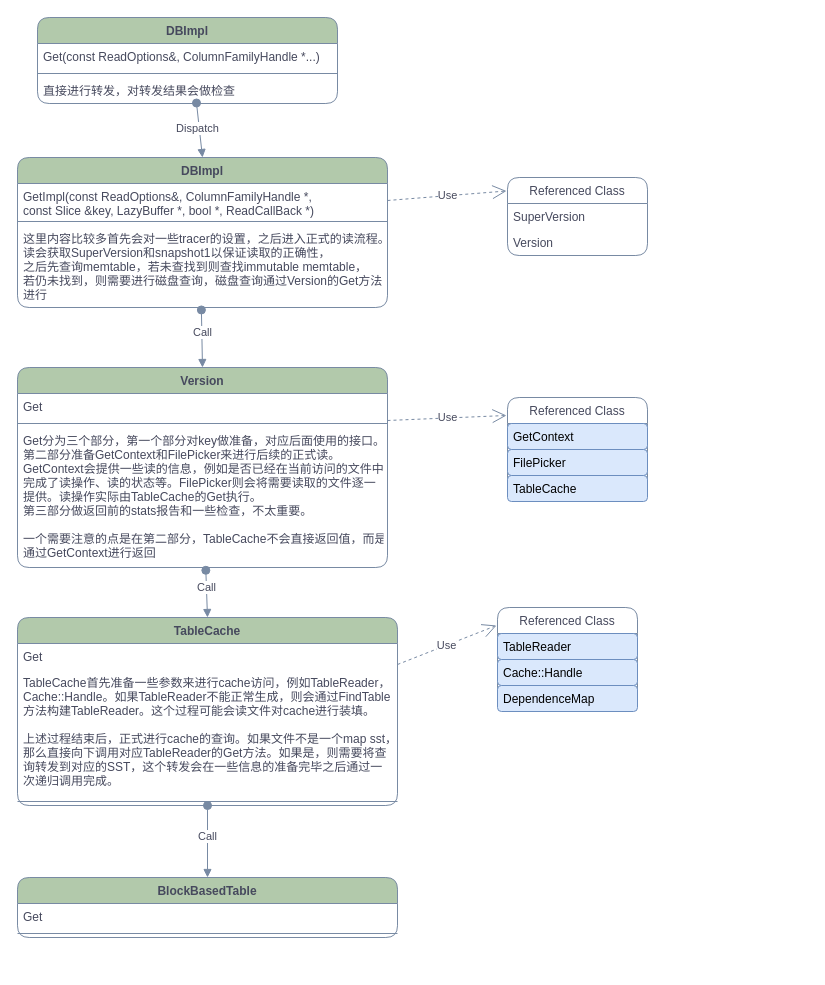
The draw.io diagram terarkDB.drawio in Dicridon/drawio, before the edit. Source tidied: cells renumbered, new cells numbered last; positions are measured from the earlier drawing's top-left corner, leaving out a move shared by most shapes. Both pictures are drawn from the tidied source at 100%, with x=0, y=0 at pixel (17, 17).
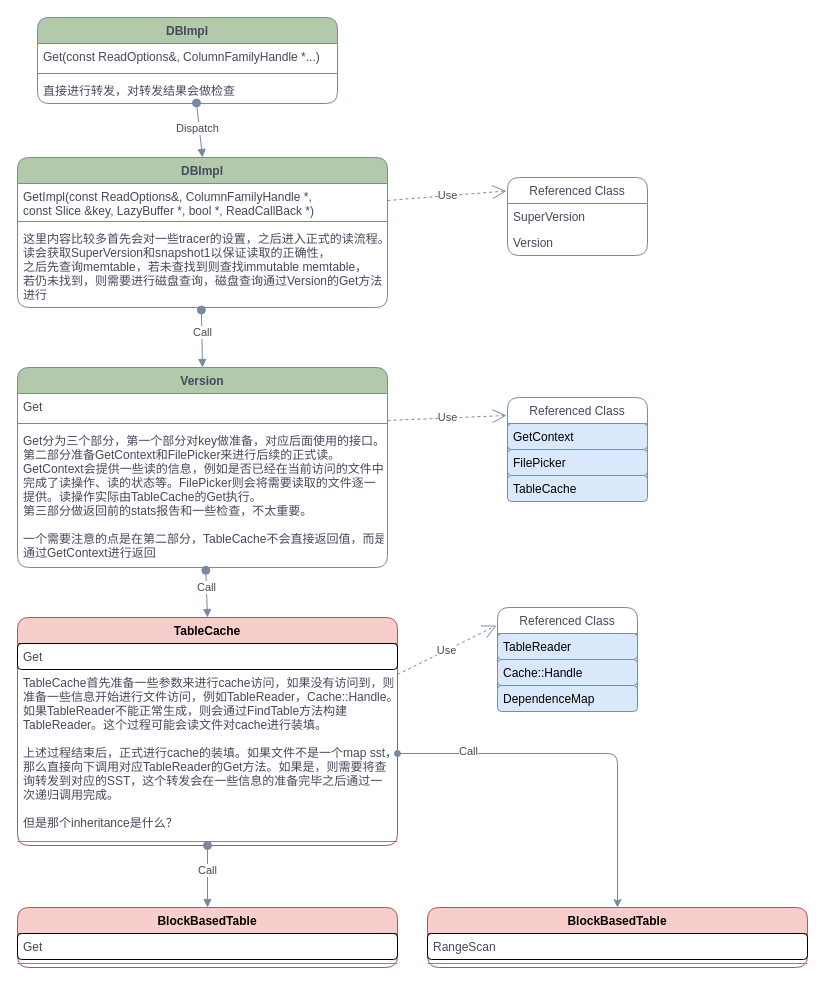
After the change.

What changed in the source:
```diff
@@
-    <mxCell id="25" value="TableCache" style="swimlane;fontStyle=1;align=center;verticalAlign=top;horizontal=1;startSize=26;fillColor=#B2C9AB;strokeColor=#788AA3;fontColor=#46495D;rounded=1;" parent="1" vertex="1">
-      <mxGeometry y="600" width="380" height="188" as="geometry" />
+    <mxCell id="25" value="TableCache" style="swimlane;fontStyle=1;align=center;verticalAlign=top;horizontal=1;startSize=26;fillColor=#f8cecc;strokeColor=#b85450;rounded=1;" parent="1" vertex="1">
+      <mxGeometry y="600" width="380" height="228" as="geometry" />
     </mxCell>
-    <mxCell id="26" value="Get" style="text;strokeColor=none;fillColor=none;align=left;verticalAlign=top;spacingLeft=4;spacingRight=4;overflow=hidden;fontColor=#46495D;rounded=1;" parent="25" vertex="1">
+    <mxCell id="26" value="Get" style="text;strokeColor=default;fillColor=none;align=left;verticalAlign=top;spacingLeft=4;spacingRight=4;overflow=hidden;fontColor=#46495D;rounded=1;" parent="25" vertex="1">
       <mxGeometry y="26" width="380" height="26" as="geometry" />
     </mxCell>
-    <mxCell id="27" value="TableCache首先准备一些参数来进行cache访问，例如TableReader，&#10;Cache::Handle。如果TableReader不能正常生成，则会通过FindTable&#10;方法构建TableReader。这个过程可能会读文件对cache进行装填。&#10;&#10;上述过程结束后，正式进行cache的查询。如果文件不是一个map sst，&#10;那么直接向下调用对应TableReader的Get方法。如果是，则需要将查&#10;询转发到对应的SST，这个转发会在一些信息的准备完毕之后通过一&#10;次递归调用完成。" style="text;strokeColor=none;fillColor=none;align=left;verticalAlign=top;spacingLeft=4;spacingRight=4;overflow=hidden;points=[[0,0.5],[1,0.5]];portConstraint=eastwest;fontColor=#46495D;rounded=1;" parent="25" vertex="1">
-      <mxGeometry y="52" width="380" height="128" as="geometry" />
+    <mxCell id="27" value="TableCache首先准备一些参数来进行cache访问，如果没有访问到，则&#10;准备一些信息开始进行文件访问，例如TableReader，Cache::Handle。&#10;如果TableReader不能正常生成，则会通过FindTable方法构建&#10;TableReader。这个过程可能会读文件对cache进行装填。&#10;&#10;上述过程结束后，正式进行cache的装填。如果文件不是一个map sst，&#10;那么直接向下调用对应TableReader的Get方法。如果是，则需要将查&#10;询转发到对应的SST，这个转发会在一些信息的准备完毕之后通过一&#10;次递归调用完成。&#10;&#10;但是那个inheritance是什么？" style="text;strokeColor=none;fillColor=none;align=left;verticalAlign=top;spacingLeft=4;spacingRight=4;overflow=hidden;points=[[0,0.5],[1,0.5]];portConstraint=eastwest;fontColor=#46495D;rounded=1;" parent="25" vertex="1">
+      <mxGeometry y="52" width="380" height="168" as="geometry" />
     </mxCell>
     <mxCell id="28" style="line;strokeWidth=1;fillColor=none;align=left;verticalAlign=middle;spacingTop=-1;spacingLeft=3;spacingRight=3;labelPosition=right;strokeColor=#788AA3;fontColor=#46495D;rounded=1;" parent="25" vertex="1">
-      <mxGeometry y="180" width="380" height="8" as="geometry" />
+      <mxGeometry y="220" width="380" height="8" as="geometry" />
     </mxCell>
@@
-    <mxCell id="35" value="BlockBasedTable" style="swimlane;fontStyle=1;align=center;verticalAlign=top;horizontal=1;startSize=26;fillColor=#B2C9AB;strokeColor=#788AA3;fontColor=#46495D;rounded=1;" parent="1" vertex="1">
-      <mxGeometry y="860" width="380" height="60" as="geometry" />
+    <mxCell id="35" value="BlockBasedTable" style="swimlane;fontStyle=1;align=center;verticalAlign=top;horizontal=1;startSize=26;fillColor=#f8cecc;strokeColor=#b85450;rounded=1;" parent="1" vertex="1">
+      <mxGeometry y="890" width="380" height="60" as="geometry" />
     </mxCell>
-    <mxCell id="36" value="Get" style="text;strokeColor=none;fillColor=none;align=left;verticalAlign=top;spacingLeft=4;spacingRight=4;overflow=hidden;fontColor=#46495D;rounded=1;" parent="35" vertex="1">
+    <mxCell id="36" value="Get" style="text;strokeColor=default;fillColor=none;align=left;verticalAlign=top;spacingLeft=4;spacingRight=4;overflow=hidden;fontColor=#46495D;rounded=1;" parent="35" vertex="1">
       <mxGeometry y="26" width="380" height="26" as="geometry" />
     </mxCell>
@@
+    <mxCell id="39" value="BlockBasedTable" style="swimlane;fontStyle=1;align=center;verticalAlign=top;horizontal=1;startSize=26;fillColor=#f8cecc;strokeColor=#b85450;rounded=1;" parent="1" vertex="1">
+      <mxGeometry x="410" y="890" width="380" height="60" as="geometry" />
+    </mxCell>
+    <mxCell id="40" value="RangeScan" style="text;strokeColor=default;fillColor=none;align=left;verticalAlign=top;spacingLeft=4;spacingRight=4;overflow=hidden;fontColor=#46495D;rounded=1;" parent="39" vertex="1">
+      <mxGeometry y="26" width="380" height="26" as="geometry" />
+    </mxCell>
+    <mxCell id="41" style="line;strokeWidth=1;fillColor=none;align=left;verticalAlign=middle;spacingTop=-1;spacingLeft=3;spacingRight=3;labelPosition=right;strokeColor=#788AA3;fontColor=#46495D;rounded=1;" parent="39" vertex="1">
+      <mxGeometry y="52" width="380" height="8" as="geometry" />
+    </mxCell>
+    <mxCell id="42" style="edgeStyle=orthogonalEdgeStyle;rounded=1;jettySize=auto;html=1;entryX=0.5;entryY=0;entryDx=0;entryDy=0;fontColor=#46495D;strokeColor=#788AA3;fillColor=#B2C9AB;startArrow=oval;startFill=1;" parent="1" edge="1" source="27" target="39">
+      <mxGeometry relative="1" as="geometry" />
+    </mxCell>
+    <mxCell id="43" value="&lt;span style=&quot;color: rgb(70, 73, 93); font-family: Helvetica; font-size: 11px; font-style: normal; font-variant-ligatures: normal; font-variant-caps: normal; font-weight: 400; letter-spacing: normal; orphans: 2; text-align: center; text-indent: 0px; text-transform: none; widows: 2; word-spacing: 0px; -webkit-text-stroke-width: 0px; background-color: rgb(255, 255, 255); text-decoration-thickness: initial; text-decoration-style: initial; text-decoration-color: initial; float: none; display: inline !important;&quot;&gt;Call&lt;/span&gt;" style="text;whiteSpace=wrap;html=1;fontColor=#46495D;" parent="1" vertex="1">
+      <mxGeometry x="440" y="720" width="30" height="20" as="geometry" />
+    </mxCell>
```
